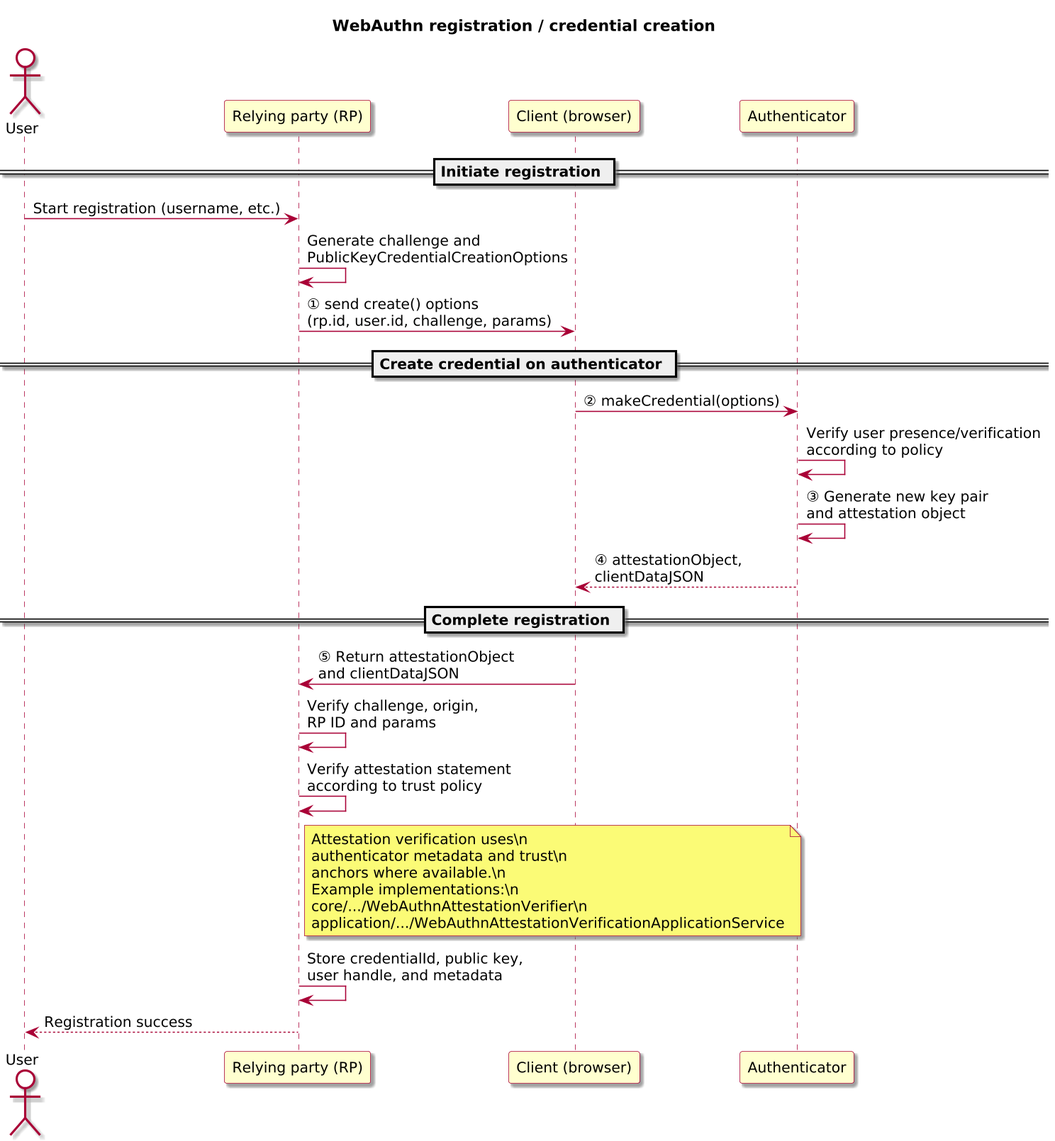
The PlantUML diagram docs/3-reference/protocols/diagrams/fido2-webauthn-registration.png in ivanstambuk/openauth-sim, before a commit.
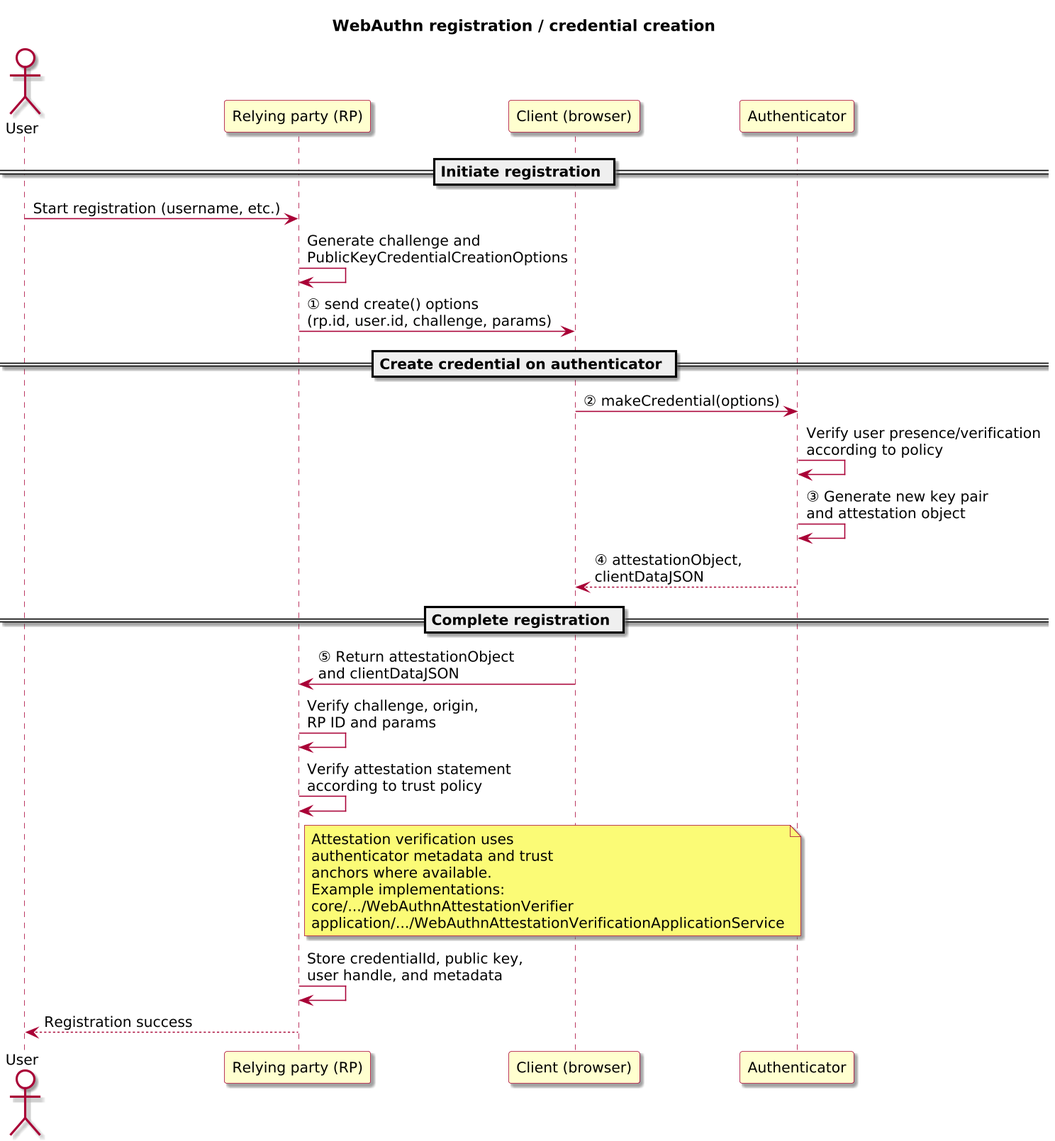
Above is the later version.

Change to the diagram source:
```diff
@@ -52,11 +52,11 @@
 RP -> RP: Verify challenge, origin,\nRP ID and params
 RP -> RP: Verify attestation statement\naccording to trust policy
 note right of RP
-  Attestation verification uses\n
-  authenticator metadata and trust\n
-  anchors where available.\n
-  Example implementations:\n
-  core/.../WebAuthnAttestationVerifier\n
+  Attestation verification uses
+  authenticator metadata and trust
+  anchors where available.
+  Example implementations:
+  core/.../WebAuthnAttestationVerifier
   application/.../WebAuthnAttestationVerificationApplicationService
 end note
 RP -> RP: Store credentialId, public key,\nuser handle, and metadata
```
